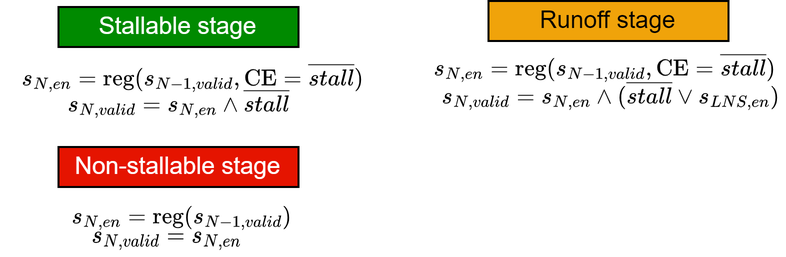
Earlier version of the draw.io export docs/includes/img/Pipeline/stage_control.png (llvm/circt). Source tidied: cells renumbered, new cells last; positions are measured from the earlier drawing's top-left corner, leaving out a move shared by most shapes.
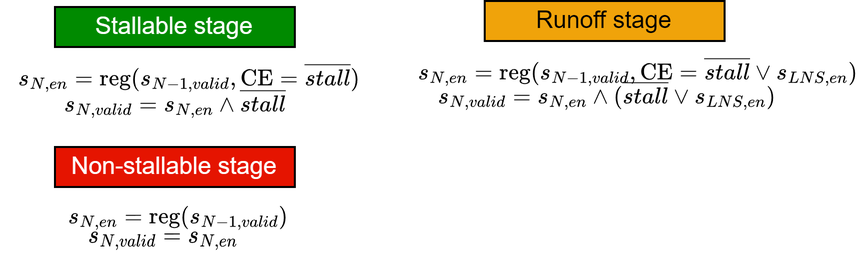
The same diagram one commit later.

What changed in the source:
```diff
@@ -26,8 +26,8 @@
     <mxCell id="9" value="$$s_{N,en} =&amp;nbsp; \text{reg}(s_{N-1,valid})$$&amp;nbsp;" style="text;html=1;align=left;verticalAlign=middle;strokeColor=none;fillColor=none;fontSize=10;" parent="1" vertex="1">
       <mxGeometry x="60" y="93" width="200" height="30" as="geometry" />
     </mxCell>
-    <mxCell id="10" value="$$s_{N,en} =&amp;nbsp; \text{reg}(s_{N-1,valid},\text{CE}= \overline{stall})$$&amp;nbsp;" style="text;html=1;align=left;verticalAlign=middle;strokeColor=none;fillColor=none;fontSize=10;" parent="1" vertex="1">
-      <mxGeometry x="241" y="18" width="320" height="30" as="geometry" />
+    <mxCell id="10" value="$$s_{N,en} =&amp;nbsp; \text{reg}(s_{N-1,valid},\text{CE}= \overline{stall} \lor s_{LNS,en})$$&amp;nbsp;" style="text;html=1;align=left;verticalAlign=middle;strokeColor=none;fillColor=none;fontSize=10;" parent="1" vertex="1">
+      <mxGeometry x="235" y="20" width="390" height="30" as="geometry" />
     </mxCell>
   </root>
 </mxGraphModel>
```
